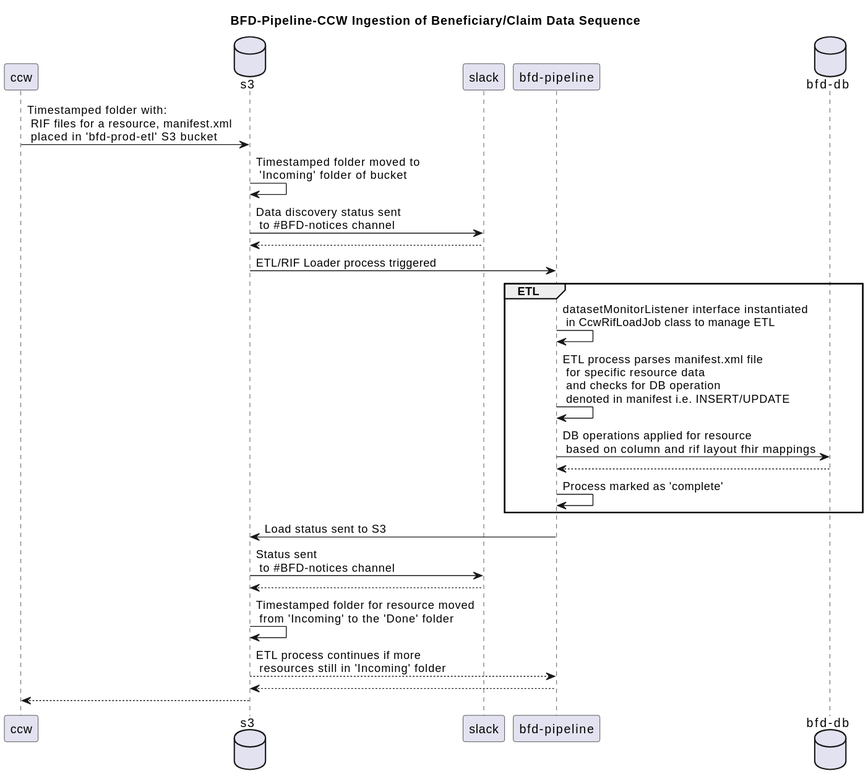
CMSgov/beneficiary-fhir-data keeps this PlantUML diagram as docs/assets/fhir-resource-ingestion-digestion-diagrams/bfd-pipeline-ccw-ingestion.svg. Above is the earlier version. Source of this version:
```plantuml
@startuml
title BFD-Pipeline-CCW Ingestion of Beneficiary/Claim Data Sequence
participant ccw
database s3
participant slack
participant "bfd-pipeline"
database "bfd-db"
ccw -> s3: Timestamped folder with: \n RIF files for a resource, manifest.xml \n placed in 'bfd-prod-etl' S3 bucket
s3 -> s3: Timestamped folder moved to \n 'Incoming' folder of bucket
s3 -> slack: Data discovery status sent \n to #BFD-notices channel
slack --> s3
s3 -> "bfd-pipeline": ETL/RIF Loader process triggered
group ETL
"bfd-pipeline" -> "bfd-pipeline": datasetMonitorListener interface instantiated \n in CcwRifLoadJob class to manage ETL
"bfd-pipeline" -> "bfd-pipeline": ETL process parses manifest.xml file \n for specific resource data \n and checks for DB operation \n denoted  in manifest i.e. INSERT/UPDATE
"bfd-pipeline" -> "bfd-db": DB operations applied for resource \n based on column and rif layout fhir mappings
"bfd-db" --> "bfd-pipeline"
"bfd-pipeline" -> "bfd-pipeline": Process marked as 'complete'
end
"bfd-pipeline" -> s3: Load status sent to S3
s3 -> slack: Status sent \n to #BFD-notices channel
slack --> s3
s3 -> s3: Timestamped folder for resource moved \n from 'Incoming' to the 'Done' folder
s3 --> "bfd-pipeline": ETL process continues if more \n resources still in 'Incoming' folder
"bfd-pipeline" --> s3
s3--> ccw
@enduml
```
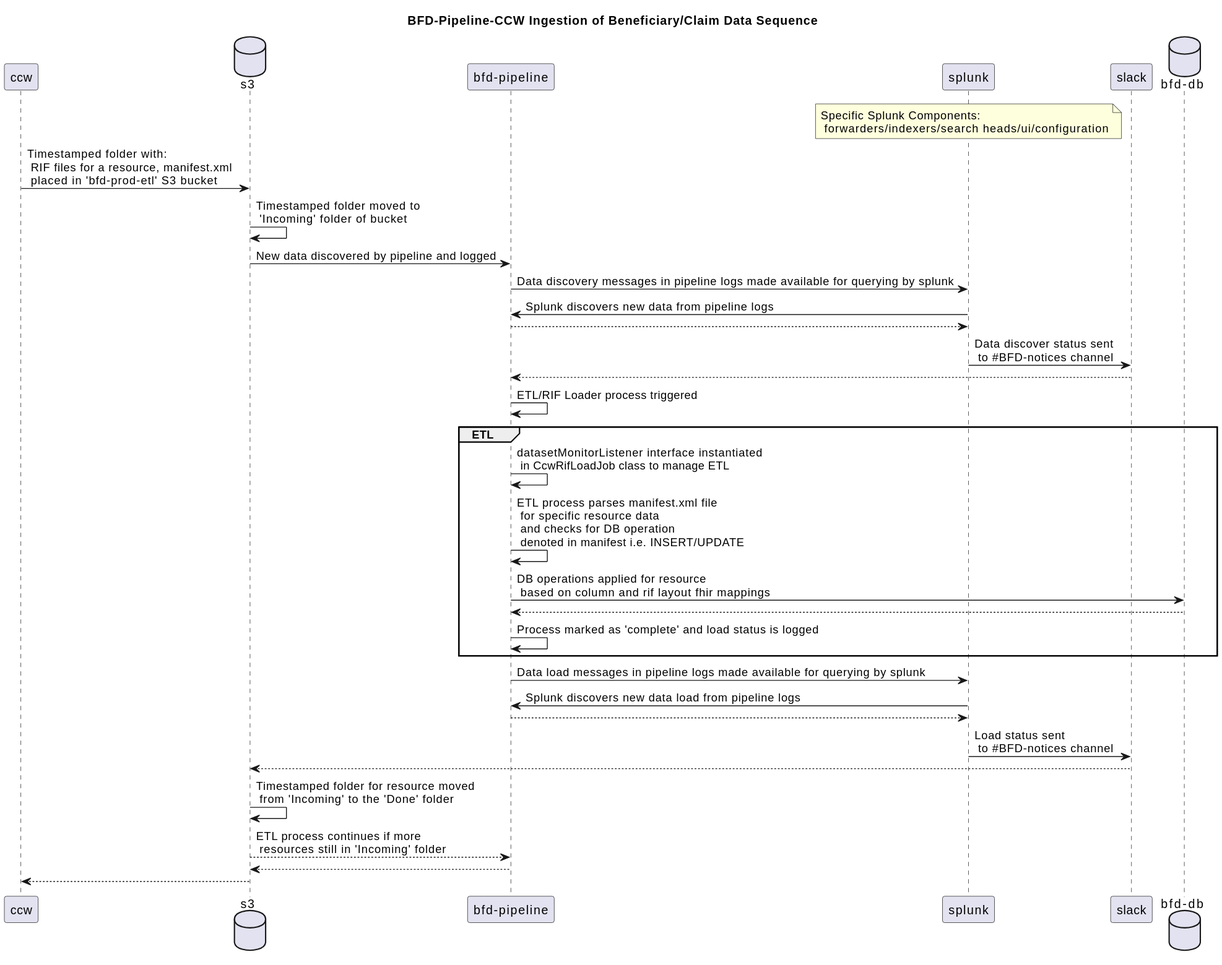
After the change.

Commit message:
update ccw rif diagrams for accuracy

The edit, as a diff of the source:
```diff
@@ -2,23 +2,31 @@
 title BFD-Pipeline-CCW Ingestion of Beneficiary/Claim Data Sequence
 participant ccw
 database s3
+participant "bfd-pipeline"
+participant splunk
+note over splunk: Specific Splunk Components: \n forwarders/indexers/search heads/ui/configuration
 participant slack
-participant "bfd-pipeline"
 database "bfd-db"
 ccw -> s3: Timestamped folder with: \n RIF files for a resource, manifest.xml \n placed in 'bfd-prod-etl' S3 bucket
 s3 -> s3: Timestamped folder moved to \n 'Incoming' folder of bucket
-s3 -> slack: Data discovery status sent \n to #BFD-notices channel
-slack --> s3
-s3 -> "bfd-pipeline": ETL/RIF Loader process triggered
+s3 -> "bfd-pipeline": New data discovered by pipeline and logged
+"bfd-pipeline" -> splunk: Data discovery messages in pipeline logs made available for querying by splunk
+splunk -> "bfd-pipeline": Splunk discovers new data from pipeline logs
+"bfd-pipeline" --> splunk
+splunk -> slack: Data discover status sent \n to #BFD-notices channel
+slack --> "bfd-pipeline"
+"bfd-pipeline" -> "bfd-pipeline": ETL/RIF Loader process triggered
 group ETL
 "bfd-pipeline" -> "bfd-pipeline": datasetMonitorListener interface instantiated \n in CcwRifLoadJob class to manage ETL
 "bfd-pipeline" -> "bfd-pipeline": ETL process parses manifest.xml file \n for specific resource data \n and checks for DB operation \n denoted  in manifest i.e. INSERT/UPDATE
 "bfd-pipeline" -> "bfd-db": DB operations applied for resource \n based on column and rif layout fhir mappings
 "bfd-db" --> "bfd-pipeline"
-"bfd-pipeline" -> "bfd-pipeline": Process marked as 'complete'
+"bfd-pipeline" -> "bfd-pipeline": Process marked as 'complete' and load status is logged
 end
-"bfd-pipeline" -> s3: Load status sent to S3
-s3 -> slack: Status sent \n to #BFD-notices channel
+"bfd-pipeline" -> splunk: Data load messages in pipeline logs made available for querying by splunk
+splunk -> "bfd-pipeline": Splunk discovers new data load from pipeline logs
+"bfd-pipeline" --> splunk
+splunk -> slack: Load status sent \n to #BFD-notices channel
 slack --> s3
 s3 -> s3: Timestamped folder for resource moved \n from 'Incoming' to the 'Done' folder
 s3 --> "bfd-pipeline": ETL process continues if more \n resources still in 'Incoming' folder
```
